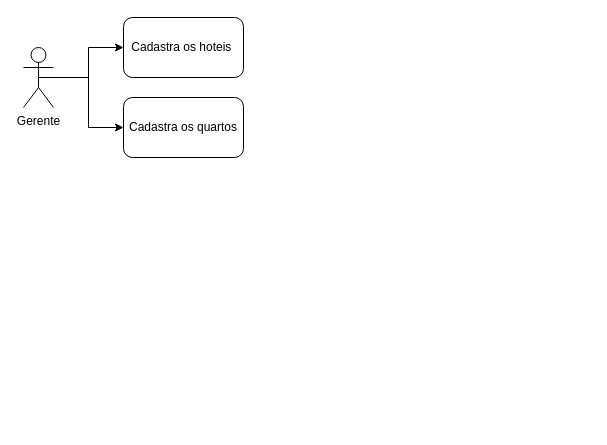
Above: Givanildo.drawio in givanildojteixeira/dpdm-m7 (draw.io), before the change. Source tidied: cells renumbered, new cells numbered last; positions are measured from the earlier drawing's top-left corner, leaving out a move shared by most shapes. Both pictures are drawn from the tidied source at 100%, with x=0, y=0 at pixel (23, 17).
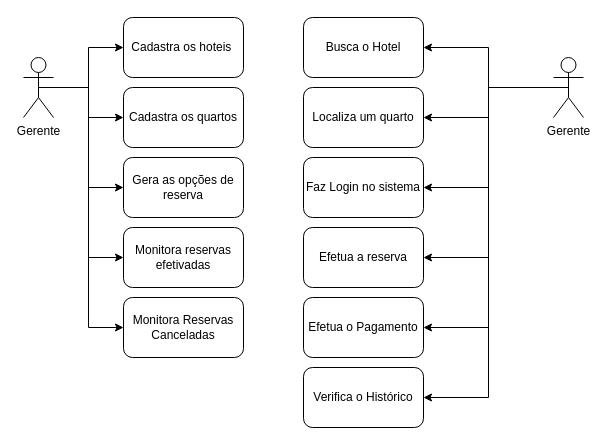
The same page after the edit.

The edit, as a diff of the source:
```diff
@@
+    <mxCell id="7" style="edgeStyle=orthogonalEdgeStyle;rounded=0;jettySize=auto;html=1;exitX=0.5;exitY=0.5;exitDx=0;exitDy=0;exitPerimeter=0;entryX=0;entryY=0.5;entryDx=0;entryDy=0;" parent="1" edge="1" source="4" target="10">
+      <mxGeometry relative="1" as="geometry" />
+    </mxCell>
+    <mxCell id="8" style="edgeStyle=orthogonalEdgeStyle;rounded=0;jettySize=auto;html=1;exitX=0.5;exitY=0.5;exitDx=0;exitDy=0;exitPerimeter=0;entryX=0;entryY=0.5;entryDx=0;entryDy=0;" parent="1" edge="1" source="4" target="11">
+      <mxGeometry relative="1" as="geometry" />
+    </mxCell>
+    <mxCell id="9" style="edgeStyle=orthogonalEdgeStyle;rounded=0;jettySize=auto;html=1;exitX=0.5;exitY=0.5;exitDx=0;exitDy=0;exitPerimeter=0;entryX=0;entryY=0.5;entryDx=0;entryDy=0;" parent="1" edge="1" source="4" target="12">
+      <mxGeometry relative="1" as="geometry" />
+    </mxCell>
     <mxCell id="4" value="Gerente" style="shape=umlActor;verticalLabelPosition=bottom;verticalAlign=top;html=1;outlineConnect=0;" parent="1" vertex="1">
-      <mxGeometry y="30" width="30" height="60" as="geometry" />
+      <mxGeometry y="40" width="30" height="60" as="geometry" />
     </mxCell>
@@
     <mxCell id="6" value="Cadastra os quartos" style="rounded=1;whiteSpace=wrap;html=1;" parent="1" vertex="1">
-      <mxGeometry x="100" y="80" width="120" height="60" as="geometry" />
+      <mxGeometry x="100" y="70" width="120" height="60" as="geometry" />
     </mxCell>
+    <mxCell id="10" value="Gera as opções de reserva" style="rounded=1;whiteSpace=wrap;html=1;" parent="1" vertex="1">
+      <mxGeometry x="100" y="140" width="120" height="60" as="geometry" />
+    </mxCell>
+    <mxCell id="11" value="Monitora reservas efetivadas" style="rounded=1;whiteSpace=wrap;html=1;" parent="1" vertex="1">
+      <mxGeometry x="100" y="210" width="120" height="60" as="geometry" />
+    </mxCell>
+    <mxCell id="12" value="Monitora Reservas Canceladas" style="rounded=1;whiteSpace=wrap;html=1;" parent="1" vertex="1">
+      <mxGeometry x="100" y="280" width="120" height="60" as="geometry" />
+    </mxCell>
+    <mxCell id="13" style="edgeStyle=orthogonalEdgeStyle;rounded=0;jettySize=auto;html=1;exitX=0.5;exitY=0.5;exitDx=0;exitDy=0;exitPerimeter=0;" parent="1" edge="1" source="19" target="21">
+      <mxGeometry relative="1" as="geometry" />
+    </mxCell>
+    <mxCell id="14" style="edgeStyle=orthogonalEdgeStyle;rounded=0;jettySize=auto;html=1;exitX=0.5;exitY=0.5;exitDx=0;exitDy=0;exitPerimeter=0;" parent="1" edge="1" source="19" target="20">
+      <mxGeometry relative="1" as="geometry" />
+    </mxCell>
+    <mxCell id="15" style="edgeStyle=orthogonalEdgeStyle;rounded=0;jettySize=auto;html=1;exitX=0.5;exitY=0.5;exitDx=0;exitDy=0;exitPerimeter=0;entryX=1;entryY=0.5;entryDx=0;entryDy=0;" parent="1" edge="1" source="19" target="22">
+      <mxGeometry relative="1" as="geometry" />
+    </mxCell>
+    <mxCell id="16" style="edgeStyle=orthogonalEdgeStyle;rounded=0;jettySize=auto;html=1;exitX=0.5;exitY=0.5;exitDx=0;exitDy=0;exitPerimeter=0;entryX=1;entryY=0.5;entryDx=0;entryDy=0;" parent="1" edge="1" source="19" target="23">
+      <mxGeometry relative="1" as="geometry" />
+    </mxCell>
+    <mxCell id="17" style="edgeStyle=orthogonalEdgeStyle;rounded=0;jettySize=auto;html=1;exitX=0.5;exitY=0.5;exitDx=0;exitDy=0;exitPerimeter=0;entryX=1;entryY=0.5;entryDx=0;entryDy=0;" parent="1" edge="1" source="19" target="24">
+      <mxGeometry relative="1" as="geometry" />
+    </mxCell>
+    <mxCell id="18" style="edgeStyle=orthogonalEdgeStyle;rounded=0;jettySize=auto;html=1;exitX=0.5;exitY=0.5;exitDx=0;exitDy=0;exitPerimeter=0;entryX=1;entryY=0.5;entryDx=0;entryDy=0;" parent="1" edge="1" source="19" target="25">
+      <mxGeometry relative="1" as="geometry" />
+    </mxCell>
+    <mxCell id="19" value="Gerente" style="shape=umlActor;verticalLabelPosition=bottom;verticalAlign=top;html=1;outlineConnect=0;" parent="1" vertex="1">
+      <mxGeometry x="530" y="40" width="30" height="60" as="geometry" />
+    </mxCell>
+    <mxCell id="20" value="Busca o Hotel" style="rounded=1;whiteSpace=wrap;html=1;" parent="1" vertex="1">
+      <mxGeometry x="280" width="120" height="60" as="geometry" />
+    </mxCell>
+    <mxCell id="21" value="Localiza um quarto" style="rounded=1;whiteSpace=wrap;html=1;" parent="1" vertex="1">
+      <mxGeometry x="280" y="70" width="120" height="60" as="geometry" />
+    </mxCell>
+    <mxCell id="22" value="Faz Login no sistema" style="rounded=1;whiteSpace=wrap;html=1;" parent="1" vertex="1">
+      <mxGeometry x="280" y="140" width="120" height="60" as="geometry" />
+    </mxCell>
+    <mxCell id="23" value="Efetua a reserva" style="rounded=1;whiteSpace=wrap;html=1;" parent="1" vertex="1">
+      <mxGeometry x="280" y="210" width="120" height="60" as="geometry" />
+    </mxCell>
+    <mxCell id="24" value="Efetua o Pagamento" style="rounded=1;whiteSpace=wrap;html=1;" parent="1" vertex="1">
+      <mxGeometry x="280" y="280" width="120" height="60" as="geometry" />
+    </mxCell>
+    <mxCell id="25" value="Verifica o Histórico" style="rounded=1;whiteSpace=wrap;html=1;" parent="1" vertex="1">
+      <mxGeometry x="280" y="350" width="120" height="60" as="geometry" />
+    </mxCell>
```
